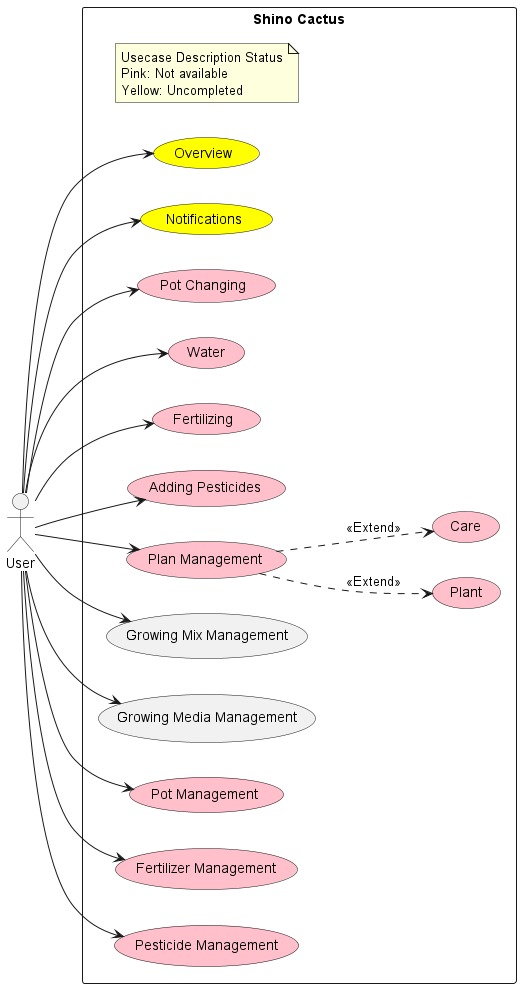
This is out/UML/Concept/Usecase.png from Shinodari/CactusMan-Analysis, a PlantUML export, as it was before one commit.
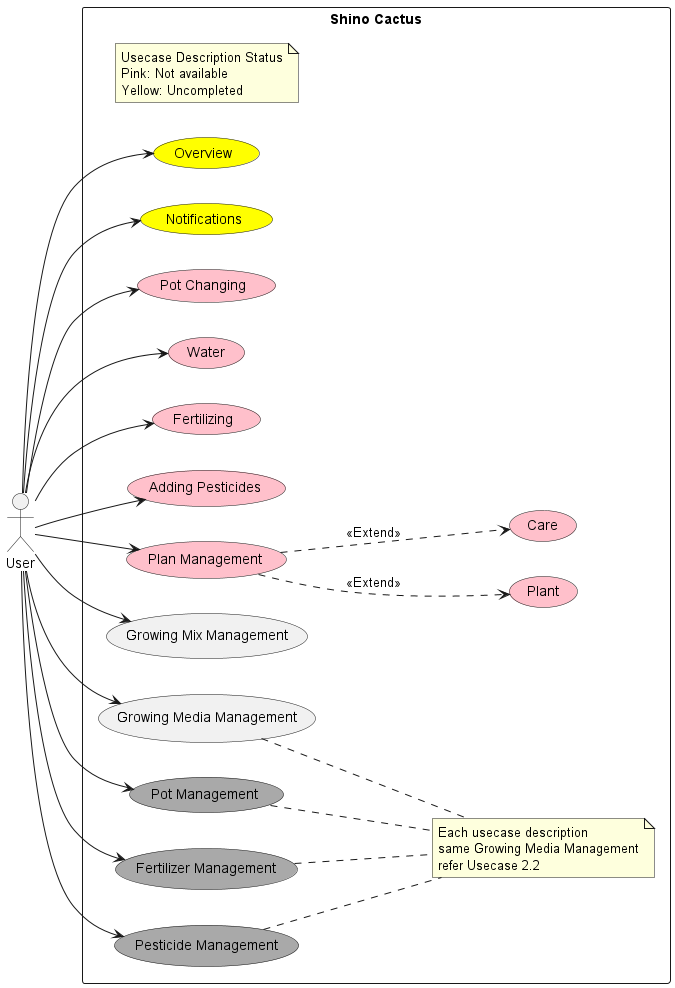
Later version of the same file.

Commit message:
feat(usecase): add note about usecase 2.1-5.1

Diff of the diagram source:
```diff
@@ -3,6 +3,7 @@
 actor User
 rectangle "Shino Cactus" as ShinoCactus{
     note "Usecase Description Status\nPink: Not available\nYellow: Uncompleted" as CommonNote
+    note "Each usecase description\nsame Growing Media Management\nrefer Usecase 2.2" as SameDesc
 
     usecase Overview #Yellow
     usecase Notifications #Yellow
@@ -15,9 +16,10 @@
     usecase Care #pink
     usecase "Growing Mix Management" as GXM
     usecase "Growing Media Management" as GMM
-    usecase "Pot Management" as PotM #pink
-    usecase "Fertilizer Management" as FertilizerM #pink
-    usecase "Pesticide Management" as PesticideM #pink
+    usecase "Pot Management" as PotM #darkgrey
+    usecase "Fertilizer Management" as FertilizerM #darkgrey
+    usecase "Pesticide Management" as PesticideM #darkgrey
+
 }
 
 User --> Overview
@@ -35,4 +37,9 @@
 
 PlanM ..> Plant : <<Extend>>
 PlanM ..> Care : <<Extend>>
+
+GMM .. SameDesc
+PotM .. SameDesc
+FertilizerM .. SameDesc
+PesticideM .. SameDesc
 @enduml
```
